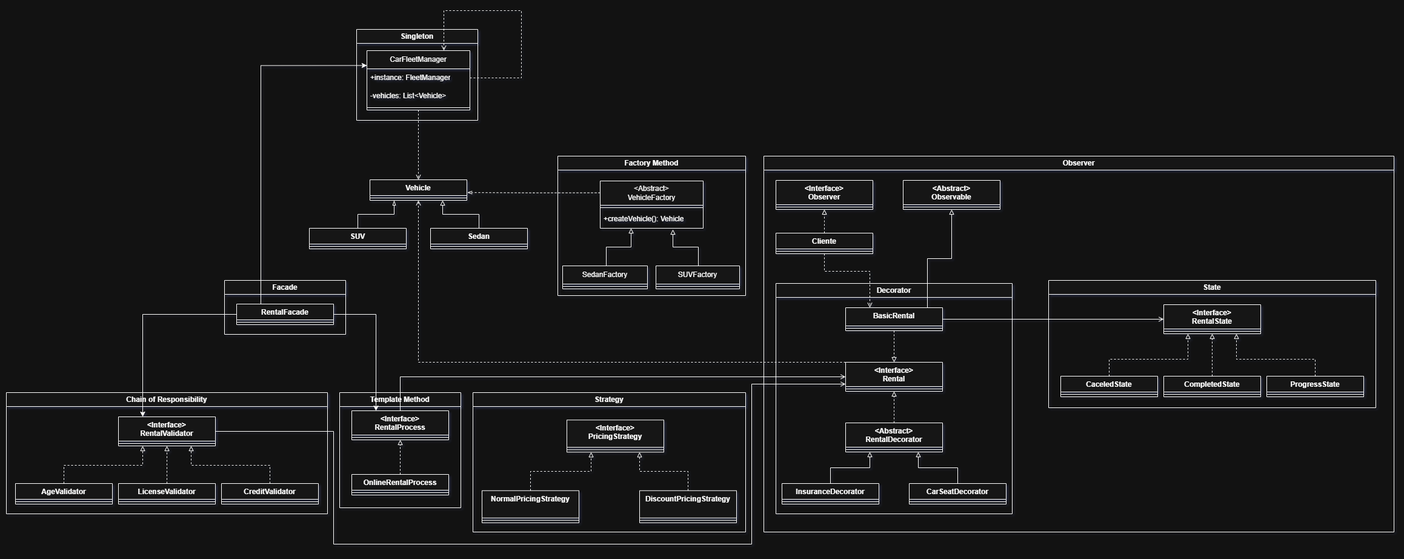
This is src/main/java/org/carRental/diagrams/carRental.drawio.png from rhuannascimento/AAES-Trabalho-Final, a draw.io export, as it was before one commit. Source tidied: cells renumbered, new cells last; positions are measured from the earlier drawing's top-left corner, leaving out a move shared by most shapes.
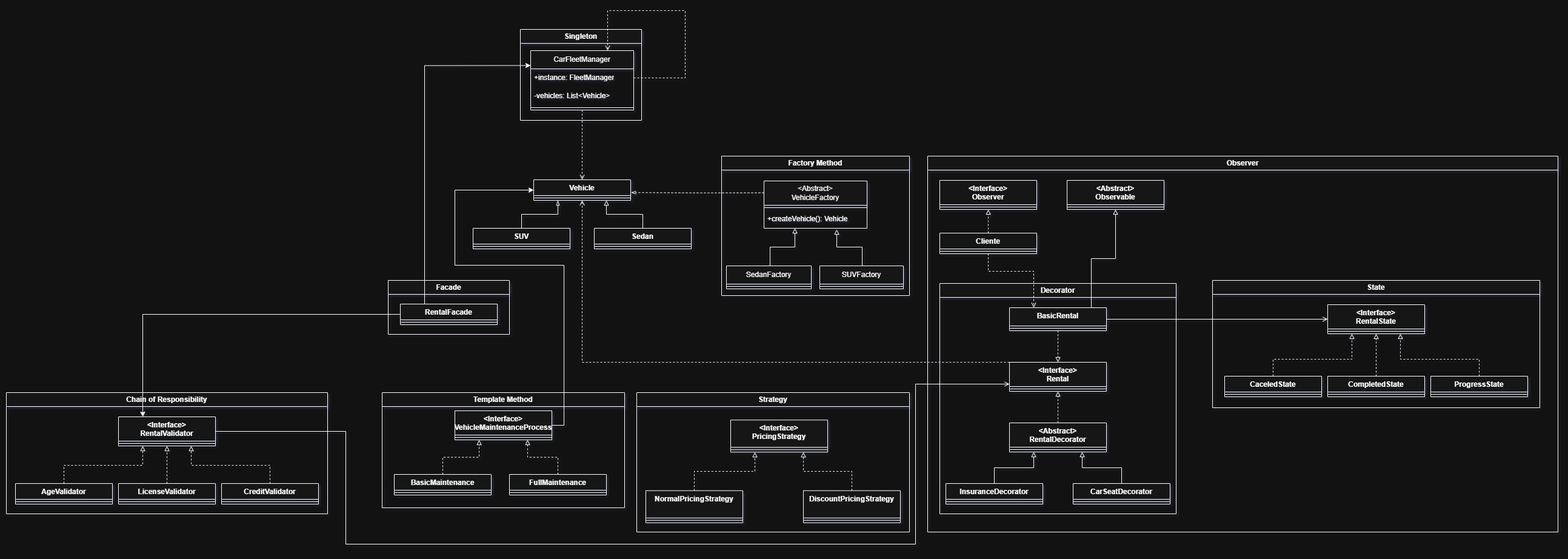
Above is the later version.

What changed in the source:
```diff
@@ -276,25 +276,34 @@
       <mxGeometry y="45" width="160" height="8" as="geometry" />
     </mxCell>
     <mxCell id="76" value="Template Method" style="swimlane;whiteSpace=wrap;html=1;" parent="1" vertex="1">
-      <mxGeometry x="550" y="630" width="200" height="190" as="geometry" />
+      <mxGeometry x="350" y="630" width="400" height="190" as="geometry" />
     </mxCell>
-    <mxCell id="77" value="&amp;lt;Interface&amp;gt;&lt;div&gt;RentalProcess&lt;/div&gt;" style="swimlane;fontStyle=1;align=center;verticalAlign=top;horizontal=1;startSize=40;whiteSpace=wrap;html=1;" parent="76" vertex="1">
-      <mxGeometry x="20" y="30" width="160" height="48" as="geometry" />
+    <mxCell id="77" value="&amp;lt;Interface&amp;gt;&lt;div&gt;&lt;span class=&quot;hljs-title class_&quot;&gt;VehicleMaintenanceProcess&lt;/span&gt;&lt;/div&gt;" style="swimlane;fontStyle=1;align=center;verticalAlign=top;horizontal=1;startSize=40;whiteSpace=wrap;html=1;" parent="76" vertex="1">
+      <mxGeometry x="120" y="30" width="160" height="48" as="geometry" />
     </mxCell>
     <mxCell id="78" style="line;strokeWidth=1;fillColor=none;align=left;verticalAlign=middle;spacingTop=-1;spacingLeft=3;spacingRight=3;labelPosition=right;strokeColor=inherit;" parent="77" vertex="1">
       <mxGeometry y="40" width="160" height="8" as="geometry" />
     </mxCell>
-    <mxCell id="79" style="edgeStyle=orthogonalEdgeStyle;rounded=0;jettySize=auto;html=1;entryX=0.5;entryY=1;entryDx=0;entryDy=0;endArrow=block;endFill=0;dashed=1;" parent="76" edge="1" source="80" target="77">
+    <mxCell id="79" style="edgeStyle=orthogonalEdgeStyle;rounded=0;jettySize=auto;html=1;entryX=0.25;entryY=1;entryDx=0;entryDy=0;endArrow=block;endFill=0;dashed=1;" parent="76" edge="1" source="80" target="77">
       <mxGeometry relative="1" as="geometry" />
     </mxCell>
-    <mxCell id="80" value="OnlineRentalProcess" style="swimlane;fontStyle=1;align=center;verticalAlign=top;horizontal=1;startSize=26;whiteSpace=wrap;html=1;" parent="76" vertex="1">
+    <mxCell id="80" value="BasicMaintenance" style="swimlane;fontStyle=1;align=center;verticalAlign=top;horizontal=1;startSize=26;whiteSpace=wrap;html=1;" parent="76" vertex="1">
       <mxGeometry x="20" y="135" width="160" height="34" as="geometry" />
     </mxCell>
     <mxCell id="81" style="line;strokeWidth=1;fillColor=none;align=left;verticalAlign=middle;spacingTop=-1;spacingLeft=3;spacingRight=3;labelPosition=right;strokeColor=inherit;" parent="80" vertex="1">
       <mxGeometry y="26" width="160" height="8" as="geometry" />
     </mxCell>
+    <mxCell id="102" style="edgeStyle=orthogonalEdgeStyle;rounded=0;jettySize=auto;html=1;entryX=0.75;entryY=1;entryDx=0;entryDy=0;dashed=1;strokeColor=default;align=center;verticalAlign=middle;fontFamily=Helvetica;fontSize=11;fontColor=default;labelBackgroundColor=default;endArrow=block;endFill=0;" parent="76" edge="1" source="103" target="77">
+      <mxGeometry relative="1" as="geometry" />
+    </mxCell>
+    <mxCell id="103" value="FullMaintenance" style="swimlane;fontStyle=1;align=center;verticalAlign=top;horizontal=1;startSize=26;whiteSpace=wrap;html=1;" parent="76" vertex="1">
+      <mxGeometry x="210" y="135" width="160" height="34" as="geometry" />
+    </mxCell>
+    <mxCell id="104" style="line;strokeWidth=1;fillColor=none;align=left;verticalAlign=middle;spacingTop=-1;spacingLeft=3;spacingRight=3;labelPosition=right;strokeColor=inherit;" parent="103" vertex="1">
+      <mxGeometry y="26" width="160" height="8" as="geometry" />
+    </mxCell>
     <mxCell id="82" value="Chain of Responsibility" style="swimlane;whiteSpace=wrap;html=1;" parent="1" vertex="1">
-      <mxGeometry y="630" width="530" height="200" as="geometry" />
+      <mxGeometry x="-270" y="630" width="530" height="200" as="geometry" />
     </mxCell>
     <mxCell id="83" value="&amp;lt;Interface&amp;gt;&lt;div&gt;RentalValidator&lt;/div&gt;" style="swimlane;fontStyle=1;align=center;verticalAlign=top;horizontal=1;startSize=40;whiteSpace=wrap;html=1;" parent="82" vertex="1">
       <mxGeometry x="185" y="40" width="160" height="48" as="geometry" />
@@ -339,16 +348,13 @@
     <mxCell id="93" style="line;strokeWidth=1;fillColor=none;align=left;verticalAlign=middle;spacingTop=-1;spacingLeft=3;spacingRight=3;labelPosition=right;strokeColor=inherit;" parent="92" vertex="1">
       <mxGeometry y="26" width="160" height="8" as="geometry" />
     </mxCell>
-    <mxCell id="94" style="edgeStyle=orthogonalEdgeStyle;rounded=0;jettySize=auto;html=1;strokeColor=default;align=center;verticalAlign=middle;fontFamily=Helvetica;fontSize=11;fontColor=default;labelBackgroundColor=default;endArrow=none;endFill=0;startArrow=open;startFill=0;" parent="1" edge="1" source="19" target="77">
-      <mxGeometry relative="1" as="geometry" />
-    </mxCell>
     <mxCell id="95" style="edgeStyle=orthogonalEdgeStyle;rounded=0;jettySize=auto;html=1;exitX=0;exitY=0.75;exitDx=0;exitDy=0;entryX=1;entryY=0.5;entryDx=0;entryDy=0;strokeColor=default;align=center;verticalAlign=middle;fontFamily=Helvetica;fontSize=11;fontColor=default;labelBackgroundColor=default;endArrow=none;endFill=0;startArrow=open;startFill=0;" parent="1" edge="1" source="19" target="83">
       <mxGeometry relative="1" as="geometry">
         <Array as="points">
           <mxPoint x="1230" y="616" />
           <mxPoint x="1230" y="880" />
-          <mxPoint x="540" y="880" />
-          <mxPoint x="540" y="694" />
+          <mxPoint x="290" y="880" />
+          <mxPoint x="290" y="694" />
         </Array>
       </mxGeometry>
     </mxCell>
@@ -364,11 +370,17 @@
     <mxCell id="99" style="edgeStyle=orthogonalEdgeStyle;rounded=0;jettySize=auto;html=1;entryX=0.25;entryY=0;entryDx=0;entryDy=0;" parent="1" edge="1" source="97" target="83">
       <mxGeometry relative="1" as="geometry" />
     </mxCell>
-    <mxCell id="100" style="edgeStyle=orthogonalEdgeStyle;rounded=0;jettySize=auto;html=1;entryX=0.25;entryY=0;entryDx=0;entryDy=0;" parent="1" edge="1" source="97" target="77">
-      <mxGeometry relative="1" as="geometry" />
-    </mxCell>
     <mxCell id="101" style="edgeStyle=orthogonalEdgeStyle;rounded=0;jettySize=auto;html=1;exitX=0.25;exitY=0;exitDx=0;exitDy=0;entryX=0;entryY=0.25;entryDx=0;entryDy=0;" parent="1" edge="1" source="97" target="13">
       <mxGeometry relative="1" as="geometry" />
     </mxCell>
+    <mxCell id="105" style="edgeStyle=orthogonalEdgeStyle;rounded=0;jettySize=auto;html=1;entryX=0;entryY=0.5;entryDx=0;entryDy=0;" parent="1" edge="1" source="77" target="56">
+      <mxGeometry relative="1" as="geometry">
+        <Array as="points">
+          <mxPoint x="650" y="420" />
+          <mxPoint x="470" y="420" />
+          <mxPoint x="470" y="296" />
+        </Array>
+      </mxGeometry>
+    </mxCell>
   </root>
 </mxGraphModel>
```
